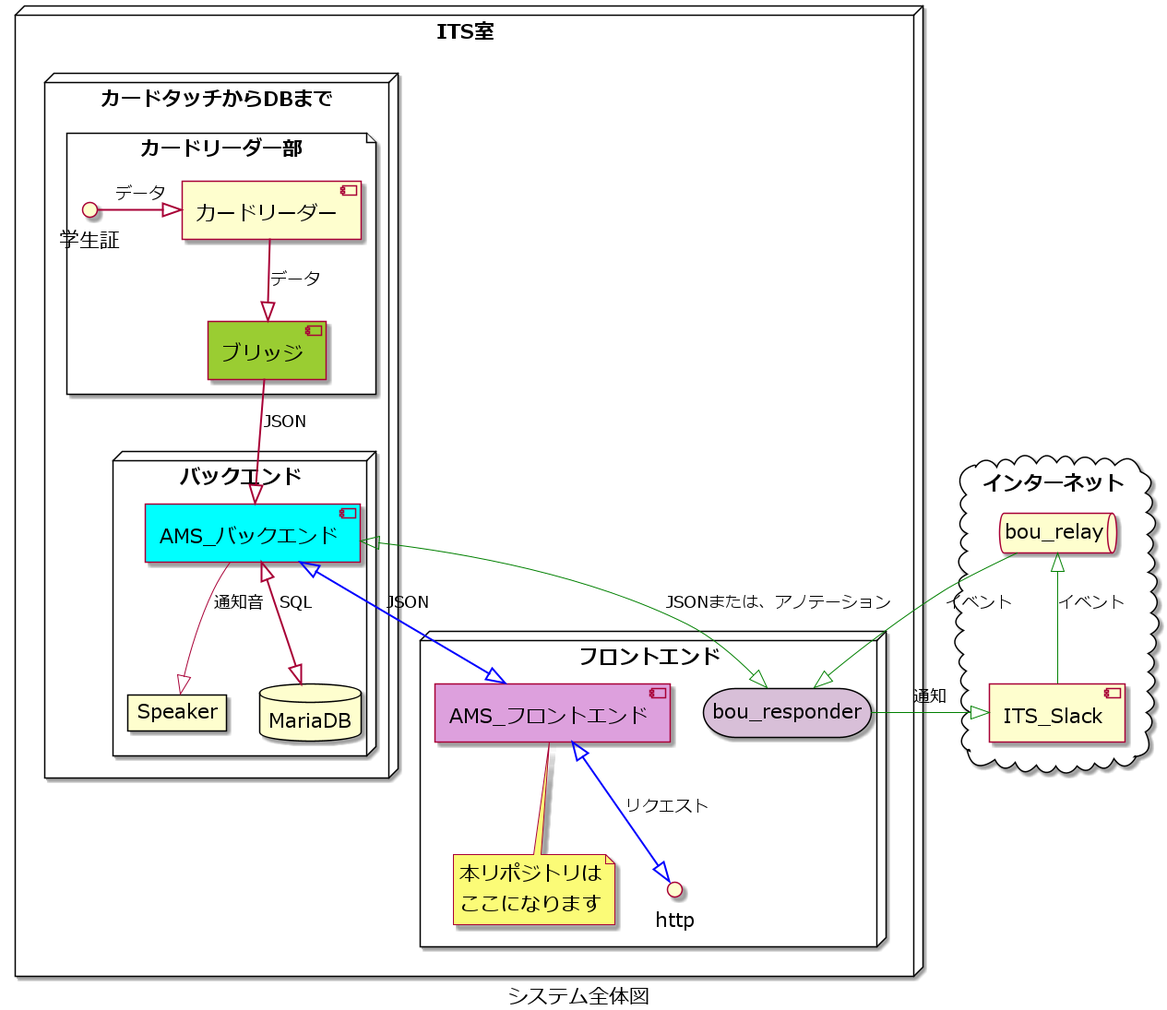
Earlier version of the PlantUML export docs/AMS_MAP/AMS_MAP.png (su-its/ams-frontend). Source of this version:
```plantuml
@startuml AMS_API

skinparam DefaultFontName メイリオ
skinparam DefaultFontSize 22
skinparam ArrowFontSize 18

caption システム全体図

node ITS室{
    node カードタッチからDBまで {
        file カードリーダー部{
            interface 学生証
            [カードリーダー]
            [ブリッジ] #YellowGreen
        }
        node バックエンド {
            [AMS_バックエンド] #Aqua
            database MariaDB
            card Speaker
        }
    }

    node フロントエンド {
        [AMS_フロントエンド] #plum
        note bottom: 本リポジトリは\nここになります
        storage bou_responder #Thistle
        interface http
    }
}
cloud インターネット {
    [ITS_Slack]
    queue bou_relay
}

ITS室 -[hidden]right-> インターネット
MariaDB -[hidden]left-> Speaker
[ITS_Slack] -[hidden]up-> bou_relay

学生証 =^ [カードリーダー]: データ
[カードリーダー] ==^ [ブリッジ]: データ
[ブリッジ] ==^ [AMS_バックエンド]: JSON
[AMS_バックエンド] ^==^ MariaDB: SQL
[AMS_バックエンド] --^ Speaker: 通知音

[AMS_バックエンド] ^=[#blue]=^ [AMS_フロントエンド]: JSON
[AMS_バックエンド] ^-[#green]-^ [bou_responder]: JSONまたは、アノテーション
[AMS_フロントエンド] ^=[#blue]=^ http : リクエスト

[bou_responder] -[#green]-^ [ITS_Slack]: 通知
[ITS_Slack] -[#green]-^ [bou_relay]: イベント
[bou_relay] -[#green]-^ [bou_responder]: イベント

@enduml
```
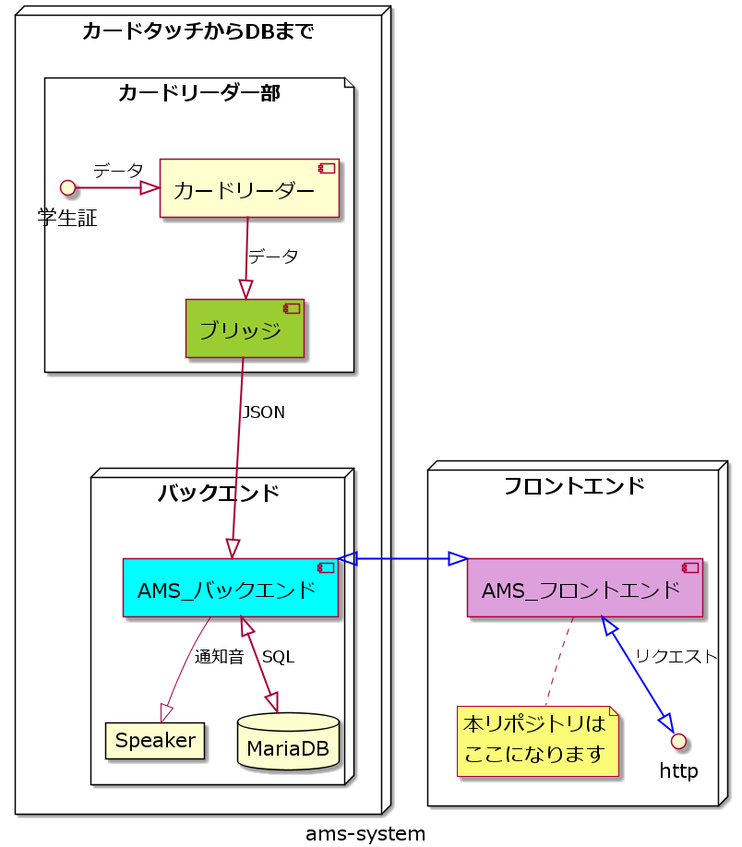
After the commit.

Change to the diagram source:
```diff
@@ -1,40 +1,33 @@
-@startuml AMS_API
+@startuml AMS_MAP
 
 skinparam DefaultFontName メイリオ
 skinparam DefaultFontSize 22
 skinparam ArrowFontSize 18
 
-caption システム全体図
+caption ams-system
 
-node ITS室{
-    node カードタッチからDBまで {
-        file カードリーダー部{
-            interface 学生証
-            [カードリーダー]
-            [ブリッジ] #YellowGreen
-        }
-        node バックエンド {
-            [AMS_バックエンド] #Aqua
-            database MariaDB
-            card Speaker
-        }
+node カードタッチからDBまで {
+    file カードリーダー部{
+        interface 学生証
+        [カードリーダー]
+        [ブリッジ] #YellowGreen
     }
-
-    node フロントエンド {
-        [AMS_フロントエンド] #plum
-        note bottom: 本リポジトリは\nここになります
-        storage bou_responder #Thistle
-        interface http
+    node バックエンド {
+        [AMS_バックエンド] #Aqua
+        card Speaker
+        database MariaDB
     }
 }
-cloud インターネット {
-    [ITS_Slack]
-    queue bou_relay
+
+
+node フロントエンド {
+    [AMS_フロントエンド] #plum
+    note bottom: 本リポジトリは\nここになります
+    interface http
 }
 
-ITS室 -[hidden]right-> インターネット
-MariaDB -[hidden]left-> Speaker
-[ITS_Slack] -[hidden]up-> bou_relay
+[AMS_バックエンド] -[hidden]right-> [AMS_フロントエンド]
+カードタッチからDBまで -[hidden]up-> フロントエンド
 
 学生証 =^ [カードリーダー]: データ
 [カードリーダー] ==^ [ブリッジ]: データ
@@ -42,12 +35,7 @@
 [AMS_バックエンド] ^==^ MariaDB: SQL
 [AMS_バックエンド] --^ Speaker: 通知音
 
-[AMS_バックエンド] ^=[#blue]=^ [AMS_フロントエンド]: JSON
-[AMS_バックエンド] ^-[#green]-^ [bou_responder]: JSONまたは、アノテーション
+[AMS_バックエンド] ^=[#blue]=^ [AMS_フロントエンド]: \n
 [AMS_フロントエンド] ^=[#blue]=^ http : リクエスト
 
-[bou_responder] -[#green]-^ [ITS_Slack]: 通知
-[ITS_Slack] -[#green]-^ [bou_relay]: イベント
-[bou_relay] -[#green]-^ [bou_responder]: イベント
-
 @enduml
```
